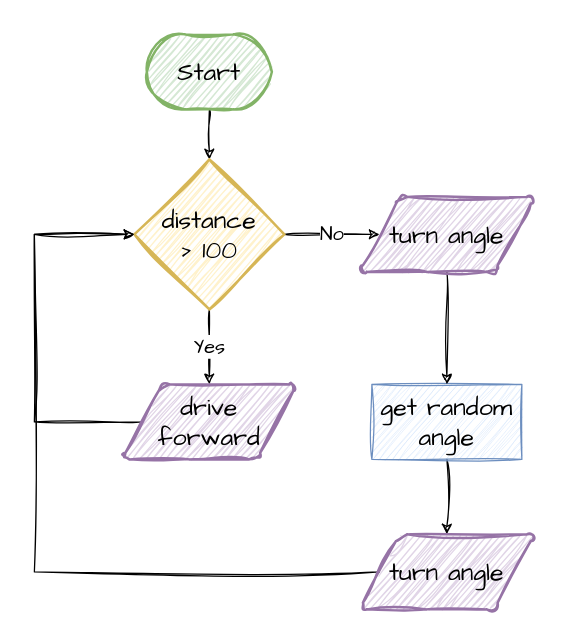
DamoM73/lego-spike-tutorials keeps this draw.io diagram as assets/diagrams.drawio. Above is the earlier version. Source tidied: cells renumbered, new cells numbered last; positions are measured from the earlier drawing's top-left corner, leaving out a move shared by most shapes. Both pictures are drawn from the tidied source at 125%, with x=0, y=0 at pixel (34, 34).
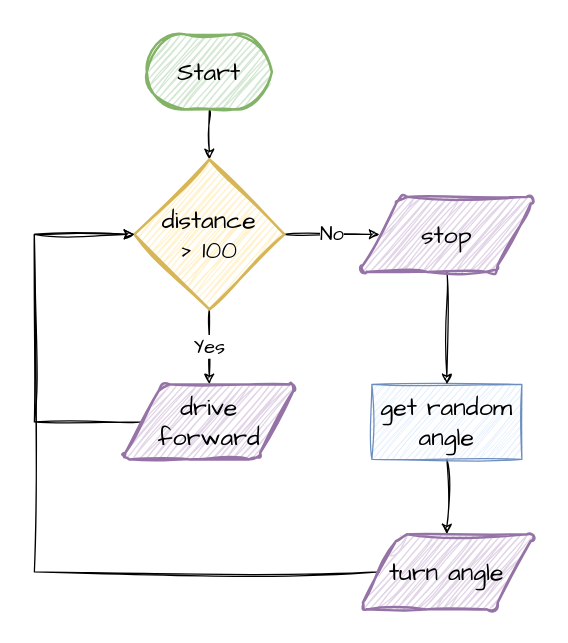
The same page after the edit.

Commit message (it also covers changes not shown here):
corrected planning flowchart

What changed in the source:
```diff
@@
 <mxGraphModel>
   <root>
     <mxCell id="0" />
     <mxCell id="1" parent="0" />
+    <mxCell id="15" style="rounded=0;whiteSpace=wrap;html=1;strokeColor=none;" parent="1" vertex="1">
+      <mxGeometry x="-10" y="-10" width="420" height="480" as="geometry" />
+    </mxCell>
     <mxCell id="2" style="edgeStyle=orthogonalEdgeStyle;rounded=0;sketch=1;hachureGap=4;jiggle=2;curveFitting=1;jettySize=auto;html=1;exitX=0.5;exitY=1;exitDx=0;exitDy=0;exitPerimeter=0;entryX=0.5;entryY=0;entryDx=0;entryDy=0;entryPerimeter=0;fontFamily=Architects Daughter;fontSize=16;" parent="1" edge="1" source="3" target="6">
       <mxGeometry relative="1" as="geometry" />
     </mxCell>
     <mxCell id="3" value="Start" style="strokeWidth=2;html=1;shape=mxgraph.flowchart.terminator;whiteSpace=wrap;sketch=1;hachureGap=4;jiggle=2;curveFitting=1;fontFamily=Architects Daughter;fontSize=20;fillColor=#d5e8d4;strokeColor=#82b366;" parent="1" vertex="1">
       <mxGeometry x="90" width="100" height="60" as="geometry" />
     </mxCell>
     <mxCell id="4" value="Yes" style="edgeStyle=orthogonalEdgeStyle;rounded=0;sketch=1;hachureGap=4;jiggle=2;curveFitting=1;jettySize=auto;html=1;exitX=0.5;exitY=1;exitDx=0;exitDy=0;exitPerimeter=0;entryX=0.5;entryY=0;entryDx=0;entryDy=0;fontFamily=Architects Daughter;fontSize=16;" parent="1" edge="1" source="6" target="8">
       <mxGeometry relative="1" as="geometry" />
     </mxCell>
     <mxCell id="5" value="No" style="edgeStyle=orthogonalEdgeStyle;rounded=0;sketch=1;hachureGap=4;jiggle=2;curveFitting=1;jettySize=auto;html=1;exitX=1;exitY=0.5;exitDx=0;exitDy=0;exitPerimeter=0;entryX=0;entryY=0.5;entryDx=0;entryDy=0;fontFamily=Architects Daughter;fontSize=16;" parent="1" edge="1" source="6" target="14">
       <mxGeometry relative="1" as="geometry" />
     </mxCell>
     <mxCell id="6" value="distance &lt;br&gt;&amp;gt; 100" style="strokeWidth=2;html=1;shape=mxgraph.flowchart.decision;whiteSpace=wrap;sketch=1;hachureGap=4;jiggle=2;curveFitting=1;fontFamily=Architects Daughter;fontSize=20;fillColor=#fff2cc;strokeColor=#d6b656;" parent="1" vertex="1">
       <mxGeometry x="80" y="100" width="120" height="120" as="geometry" />
     </mxCell>
     <mxCell id="7" style="edgeStyle=orthogonalEdgeStyle;rounded=0;sketch=1;hachureGap=4;jiggle=2;curveFitting=1;jettySize=auto;html=1;exitX=0;exitY=0.5;exitDx=0;exitDy=0;fontFamily=Architects Daughter;fontSize=16;" parent="1" edge="1" source="8">
       <mxGeometry relative="1" as="geometry">
         <mxPoint x="80" y="160" as="targetPoint" />
         <Array as="points">
           <mxPoint y="310" />
           <mxPoint y="160" />
         </Array>
       </mxGeometry>
     </mxCell>
     <mxCell id="8" value="drive &lt;br&gt;forward" style="shape=parallelogram;html=1;strokeWidth=2;perimeter=parallelogramPerimeter;whiteSpace=wrap;rounded=1;arcSize=12;size=0.23;sketch=1;hachureGap=4;jiggle=2;curveFitting=1;fontFamily=Architects Daughter;fontSize=20;fillColor=#e1d5e7;strokeColor=#9673a6;" parent="1" vertex="1">
       <mxGeometry x="70" y="280" width="140" height="60" as="geometry" />
     </mxCell>
     <mxCell id="9" style="edgeStyle=orthogonalEdgeStyle;rounded=0;sketch=1;hachureGap=4;jiggle=2;curveFitting=1;jettySize=auto;html=1;exitX=0.5;exitY=1;exitDx=0;exitDy=0;entryX=0.5;entryY=0;entryDx=0;entryDy=0;fontFamily=Architects Daughter;fontSize=16;" parent="1" edge="1" source="10" target="12">
       <mxGeometry relative="1" as="geometry" />
     </mxCell>
     <mxCell id="10" value="get random angle" style="rounded=0;whiteSpace=wrap;html=1;sketch=1;hachureGap=4;jiggle=2;curveFitting=1;fontFamily=Architects Daughter;fontSize=20;fillColor=#dae8fc;strokeColor=#6c8ebf;" parent="1" vertex="1">
       <mxGeometry x="270" y="280" width="120" height="60" as="geometry" />
     </mxCell>
     <mxCell id="11" style="edgeStyle=orthogonalEdgeStyle;rounded=0;sketch=1;hachureGap=4;jiggle=2;curveFitting=1;jettySize=auto;html=1;exitX=0;exitY=0.5;exitDx=0;exitDy=0;entryX=0;entryY=0.5;entryDx=0;entryDy=0;entryPerimeter=0;fontFamily=Architects Daughter;fontSize=16;" parent="1" edge="1" source="12" target="6">
       <mxGeometry relative="1" as="geometry">
         <Array as="points">
           <mxPoint y="430" />
           <mxPoint y="160" />
         </Array>
       </mxGeometry>
     </mxCell>
     <mxCell id="12" value="turn angle" style="shape=parallelogram;html=1;strokeWidth=2;perimeter=parallelogramPerimeter;whiteSpace=wrap;rounded=1;arcSize=12;size=0.23;sketch=1;hachureGap=4;jiggle=2;curveFitting=1;fontFamily=Architects Daughter;fontSize=20;fillColor=#e1d5e7;strokeColor=#9673a6;" parent="1" vertex="1">
       <mxGeometry x="260" y="400" width="140" height="60" as="geometry" />
     </mxCell>
     <mxCell id="13" style="edgeStyle=orthogonalEdgeStyle;rounded=0;sketch=1;hachureGap=4;jiggle=2;curveFitting=1;jettySize=auto;html=1;exitX=0.5;exitY=1;exitDx=0;exitDy=0;entryX=0.5;entryY=0;entryDx=0;entryDy=0;fontFamily=Architects Daughter;fontSize=16;" parent="1" edge="1" source="14" target="10">
       <mxGeometry relative="1" as="geometry" />
     </mxCell>
-    <mxCell id="14" value="turn angle" style="shape=parallelogram;html=1;strokeWidth=2;perimeter=parallelogramPerimeter;whiteSpace=wrap;rounded=1;arcSize=12;size=0.23;sketch=1;hachureGap=4;jiggle=2;curveFitting=1;fontFamily=Architects Daughter;fontSize=20;fillColor=#e1d5e7;strokeColor=#9673a6;" parent="1" vertex="1">
+    <mxCell id="14" value="stop" style="shape=parallelogram;html=1;strokeWidth=2;perimeter=parallelogramPerimeter;whiteSpace=wrap;rounded=1;arcSize=12;size=0.23;sketch=1;hachureGap=4;jiggle=2;curveFitting=1;fontFamily=Architects Daughter;fontSize=20;fillColor=#e1d5e7;strokeColor=#9673a6;" parent="1" vertex="1">
       <mxGeometry x="260" y="130" width="140" height="60" as="geometry" />
     </mxCell>
   </root>
 </mxGraphModel>
```
